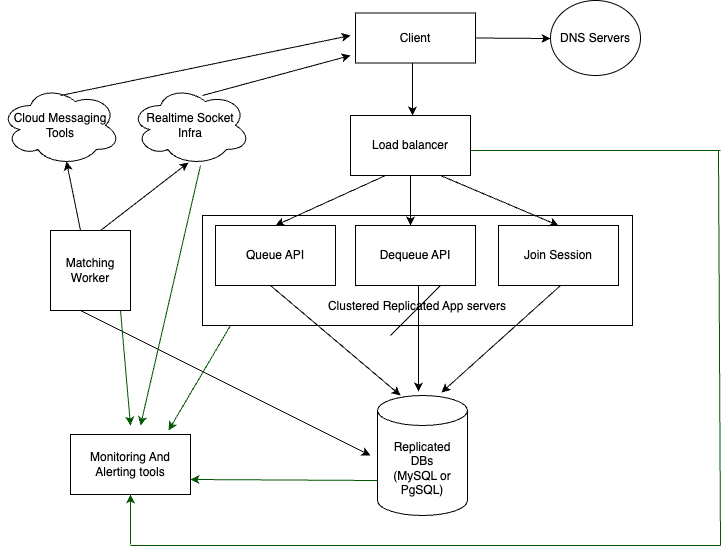
Above: assets/rovio-task.drawio.png in sf7293/matchmaking (draw.io), before the change. Source tidied: cells renumbered, new cells last; positions are measured from the earlier drawing's top-left corner, leaving out a move shared by most shapes. Source of this version:
```xml
<mxGraphModel>
  <root>
    <mxCell id="0" />
    <mxCell id="1" parent="0" />
    <mxCell id="2" value="Client" style="rounded=0;whiteSpace=wrap;html=1;" parent="1" vertex="1">
      <mxGeometry x="355" y="12.5" width="120" height="50" as="geometry" />
    </mxCell>
    <mxCell id="3" value="Load balancer" style="rounded=0;whiteSpace=wrap;html=1;" parent="1" vertex="1">
      <mxGeometry x="350" y="115" width="120" height="60" as="geometry" />
    </mxCell>
    <mxCell id="4" value="DNS Servers" style="ellipse;whiteSpace=wrap;html=1;" parent="1" vertex="1">
      <mxGeometry x="550" width="90" height="75" as="geometry" />
    </mxCell>
    <mxCell id="5" style="endArrow=classic;html=1;rounded=0;exitX=1;exitY=0.5;exitDx=0;exitDy=0;" parent="1" edge="1" source="2">
      <mxGeometry relative="1" as="geometry">
        <mxPoint x="550" y="38" as="targetPoint" />
      </mxGeometry>
    </mxCell>
    <mxCell id="6" style="endArrow=classic;html=1;rounded=0;" parent="1" edge="1">
      <mxGeometry relative="1" as="geometry">
        <mxPoint x="412" y="62.5" as="sourcePoint" />
        <mxPoint x="412" y="115" as="targetPoint" />
      </mxGeometry>
    </mxCell>
    <mxCell id="7" value="&lt;br&gt;&lt;br&gt;&lt;br&gt;&lt;br&gt;&lt;br&gt;Clustered Replicated App servers" style="rounded=0;whiteSpace=wrap;html=1;" parent="1" vertex="1">
      <mxGeometry x="202" y="215" width="430" height="110" as="geometry" />
    </mxCell>
    <mxCell id="8" value="Queue API" style="rounded=0;whiteSpace=wrap;html=1;" parent="1" vertex="1">
      <mxGeometry x="215" y="225" width="120" height="60" as="geometry" />
    </mxCell>
    <mxCell id="9" value="Dequeue API" style="rounded=0;whiteSpace=wrap;html=1;" parent="1" vertex="1">
      <mxGeometry x="355" y="225" width="120" height="60" as="geometry" />
    </mxCell>
    <mxCell id="10" value="Join Session" style="rounded=0;whiteSpace=wrap;html=1;" parent="1" vertex="1">
      <mxGeometry x="498" y="225" width="120" height="60" as="geometry" />
    </mxCell>
    <mxCell id="11" style="endArrow=classic;html=1;rounded=0;entryX=0.5;entryY=0;entryDx=0;entryDy=0;" parent="1" edge="1" target="8">
      <mxGeometry relative="1" as="geometry">
        <mxPoint x="385" y="175" as="sourcePoint" />
      </mxGeometry>
    </mxCell>
    <mxCell id="12" style="endArrow=classic;html=1;rounded=0;" parent="1" edge="1">
      <mxGeometry relative="1" as="geometry">
        <mxPoint x="410" y="175" as="sourcePoint" />
        <mxPoint x="410" y="225" as="targetPoint" />
      </mxGeometry>
    </mxCell>
    <mxCell id="13" style="endArrow=classic;html=1;rounded=0;entryX=0.5;entryY=0;entryDx=0;entryDy=0;" parent="1" edge="1" target="10">
      <mxGeometry relative="1" as="geometry">
        <mxPoint x="440" y="175" as="sourcePoint" />
      </mxGeometry>
    </mxCell>
    <mxCell id="14" value="Replicated&lt;br&gt;DBs&lt;br&gt;(MySQL or PgSQL)" style="shape=cylinder3;whiteSpace=wrap;html=1;boundedLbl=1;backgroundOutline=1;size=15;" parent="1" vertex="1">
      <mxGeometry x="377" y="395" width="90" height="120" as="geometry" />
    </mxCell>
    <mxCell id="15" style="endArrow=classic;html=1;rounded=0;entryX=0.422;entryY=-0.033;entryDx=0;entryDy=0;entryPerimeter=0;" parent="1" edge="1">
      <mxGeometry relative="1" as="geometry">
        <mxPoint x="418" y="285" as="sourcePoint" />
        <mxPoint x="418" y="391" as="targetPoint" />
      </mxGeometry>
    </mxCell>
    <mxCell id="16" style="endArrow=classic;html=1;rounded=0;entryX=0.711;entryY=-0.025;entryDx=0;entryDy=0;entryPerimeter=0;" parent="1" edge="1" target="14">
      <mxGeometry relative="1" as="geometry">
        <mxPoint x="560" y="285" as="sourcePoint" />
      </mxGeometry>
    </mxCell>
    <mxCell id="17" style="endArrow=classic;html=1;rounded=0;entryX=0.256;entryY=0;entryDx=0;entryDy=0;entryPerimeter=0;" parent="1" edge="1" target="14">
      <mxGeometry relative="1" as="geometry">
        <mxPoint x="270" y="285" as="sourcePoint" />
      </mxGeometry>
    </mxCell>
    <mxCell id="18" value="Matching Worker" style="whiteSpace=wrap;html=1;" parent="1" vertex="1">
      <mxGeometry x="50" y="230" width="80" height="80" as="geometry" />
    </mxCell>
    <mxCell id="19" style="endArrow=classic;html=1;rounded=0;" parent="1" edge="1">
      <mxGeometry relative="1" as="geometry">
        <mxPoint x="80" y="310" as="sourcePoint" />
        <mxPoint x="370" y="455" as="targetPoint" />
      </mxGeometry>
    </mxCell>
    <mxCell id="20" value="Cloud Messaging&lt;br&gt;Tools" style="ellipse;shape=cloud;whiteSpace=wrap;html=1;" parent="1" vertex="1">
      <mxGeometry y="85" width="120" height="80" as="geometry" />
    </mxCell>
    <mxCell id="21" value="Realtime Socket&lt;br&gt;Infra" style="ellipse;shape=cloud;whiteSpace=wrap;html=1;" parent="1" vertex="1">
      <mxGeometry x="130" y="85" width="120" height="80" as="geometry" />
    </mxCell>
    <mxCell id="22" style="endArrow=classic;html=1;rounded=0;entryX=0.483;entryY=0.963;entryDx=0;entryDy=0;entryPerimeter=0;" parent="1" edge="1" target="21">
      <mxGeometry relative="1" as="geometry">
        <mxPoint x="100" y="230" as="sourcePoint" />
      </mxGeometry>
    </mxCell>
    <mxCell id="23" style="endArrow=classic;html=1;rounded=0;entryX=0.55;entryY=0.95;entryDx=0;entryDy=0;entryPerimeter=0;" parent="1" edge="1" target="20">
      <mxGeometry relative="1" as="geometry">
        <mxPoint x="80" y="230" as="sourcePoint" />
      </mxGeometry>
    </mxCell>
    <mxCell id="24" style="endArrow=classic;html=1;rounded=0;" parent="1" edge="1">
      <mxGeometry relative="1" as="geometry">
        <mxPoint x="60" y="95" as="sourcePoint" />
        <mxPoint x="350" y="35" as="targetPoint" />
      </mxGeometry>
    </mxCell>
    <mxCell id="25" style="endArrow=classic;html=1;rounded=0;" parent="1" edge="1">
      <mxGeometry relative="1" as="geometry">
        <mxPoint x="202" y="95" as="sourcePoint" />
        <mxPoint x="350" y="55" as="targetPoint" />
      </mxGeometry>
    </mxCell>
    <mxCell id="26" value="Monitoring And Alerting tools" style="rounded=0;whiteSpace=wrap;html=1;" parent="1" vertex="1">
      <mxGeometry x="70" y="434" width="120" height="60" as="geometry" />
    </mxCell>
    <mxCell id="27" style="endArrow=classic;html=1;rounded=0;entryX=1;entryY=0.75;entryDx=0;entryDy=0;fillColor=#008a00;strokeColor=#005700;" parent="1" edge="1" target="26">
      <mxGeometry relative="1" as="geometry">
        <mxPoint x="377" y="480" as="sourcePoint" />
      </mxGeometry>
    </mxCell>
    <mxCell id="28" style="endArrow=classic;html=1;rounded=0;entryX=0.817;entryY=-0.067;entryDx=0;entryDy=0;entryPerimeter=0;fillColor=#008a00;strokeColor=#005700;" parent="1" edge="1" target="26">
      <mxGeometry relative="1" as="geometry">
        <mxPoint x="230" y="325" as="sourcePoint" />
      </mxGeometry>
    </mxCell>
    <mxCell id="29" style="endArrow=classic;html=1;rounded=0;fillColor=#008a00;strokeColor=#005700;" parent="1" edge="1">
      <mxGeometry relative="1" as="geometry">
        <mxPoint x="120" y="310" as="sourcePoint" />
        <mxPoint x="130" y="425" as="targetPoint" />
      </mxGeometry>
    </mxCell>
    <mxCell id="30" style="endArrow=classic;html=1;rounded=0;fillColor=#008a00;strokeColor=#005700;" parent="1" edge="1">
      <mxGeometry relative="1" as="geometry">
        <mxPoint x="200" y="165" as="sourcePoint" />
        <mxPoint x="140" y="425" as="targetPoint" />
      </mxGeometry>
    </mxCell>
    <mxCell id="31" style="endArrow=none;html=1;rounded=0;fillColor=#008a00;strokeColor=#005700;" parent="1" edge="1">
      <mxGeometry relative="1" as="geometry">
        <mxPoint x="390" y="335" as="sourcePoint" />
        <mxPoint x="440" y="285" as="targetPoint" />
      </mxGeometry>
    </mxCell>
    <mxCell id="32" style="endArrow=none;html=1;rounded=0;" parent="1" edge="1">
      <mxGeometry relative="1" as="geometry">
        <mxPoint x="390" y="335" as="sourcePoint" />
        <mxPoint x="440" y="285" as="targetPoint" />
      </mxGeometry>
    </mxCell>
    <mxCell id="33" style="endArrow=none;html=1;rounded=0;fillColor=#008a00;strokeColor=#005700;" parent="1" edge="1">
      <mxGeometry relative="1" as="geometry">
        <mxPoint x="470" y="150" as="sourcePoint" />
        <mxPoint x="720" y="150" as="targetPoint" />
      </mxGeometry>
    </mxCell>
    <mxCell id="34" style="endArrow=none;html=1;rounded=0;fillColor=#008a00;strokeColor=#005700;" parent="1" edge="1">
      <mxGeometry relative="1" as="geometry">
        <mxPoint x="718" y="150" as="sourcePoint" />
        <mxPoint x="720" y="545" as="targetPoint" />
      </mxGeometry>
    </mxCell>
    <mxCell id="35" style="endArrow=none;html=1;rounded=0;fillColor=#008a00;strokeColor=#005700;" parent="1" edge="1">
      <mxGeometry relative="1" as="geometry">
        <mxPoint x="130" y="545" as="sourcePoint" />
        <mxPoint x="720" y="545" as="targetPoint" />
      </mxGeometry>
    </mxCell>
    <mxCell id="36" style="endArrow=classic;html=1;rounded=0;entryX=0.5;entryY=1;entryDx=0;entryDy=0;fillColor=#008a00;strokeColor=#005700;" parent="1" edge="1" target="26">
      <mxGeometry relative="1" as="geometry">
        <mxPoint x="130" y="544" as="sourcePoint" />
      </mxGeometry>
    </mxCell>
  </root>
</mxGraphModel>
```
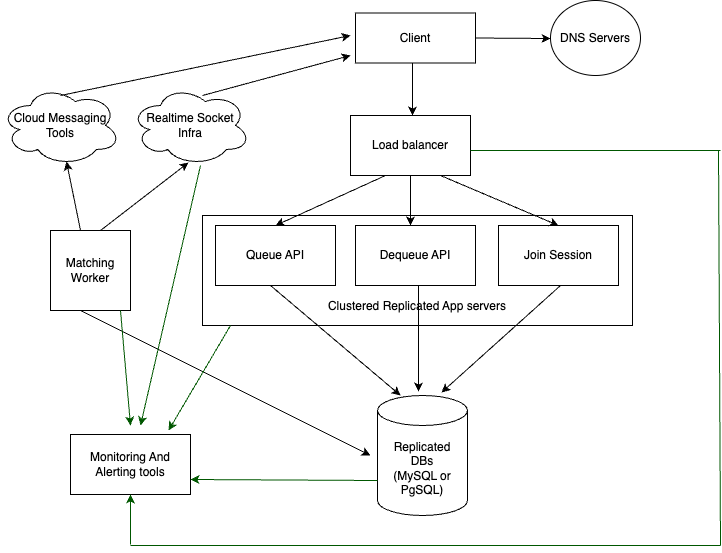
Later version of the same file.

Commit message:
updated system design diagram

What changed in the source:
```diff
@@ -131,18 +131,6 @@
         <mxPoint x="140" y="425" as="targetPoint" />
       </mxGeometry>
     </mxCell>
-    <mxCell id="31" style="endArrow=none;html=1;rounded=0;fillColor=#008a00;strokeColor=#005700;" parent="1" edge="1">
-      <mxGeometry relative="1" as="geometry">
-        <mxPoint x="390" y="335" as="sourcePoint" />
-        <mxPoint x="440" y="285" as="targetPoint" />
-      </mxGeometry>
-    </mxCell>
-    <mxCell id="32" style="endArrow=none;html=1;rounded=0;" parent="1" edge="1">
-      <mxGeometry relative="1" as="geometry">
-        <mxPoint x="390" y="335" as="sourcePoint" />
-        <mxPoint x="440" y="285" as="targetPoint" />
-      </mxGeometry>
-    </mxCell>
     <mxCell id="33" style="endArrow=none;html=1;rounded=0;fillColor=#008a00;strokeColor=#005700;" parent="1" edge="1">
       <mxGeometry relative="1" as="geometry">
         <mxPoint x="470" y="150" as="sourcePoint" />
```
